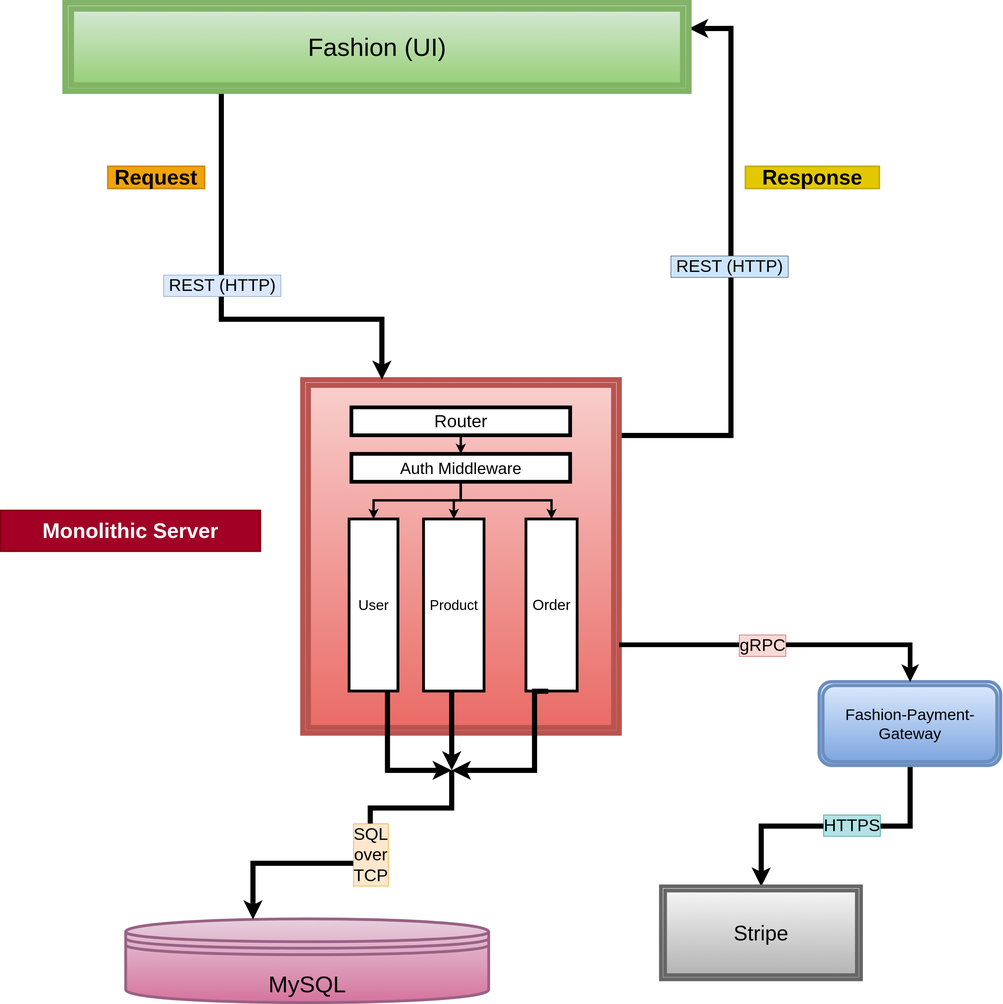
Wahab-Al/Fashion-API keeps this draw.io diagram as docs/Fashion Store-System Architecture V1.0.drawio.svg. Above is the earlier version. Source tidied: cells renumbered, new cells last; positions are measured from the earlier drawing's top-left corner, leaving out a move shared by most shapes.
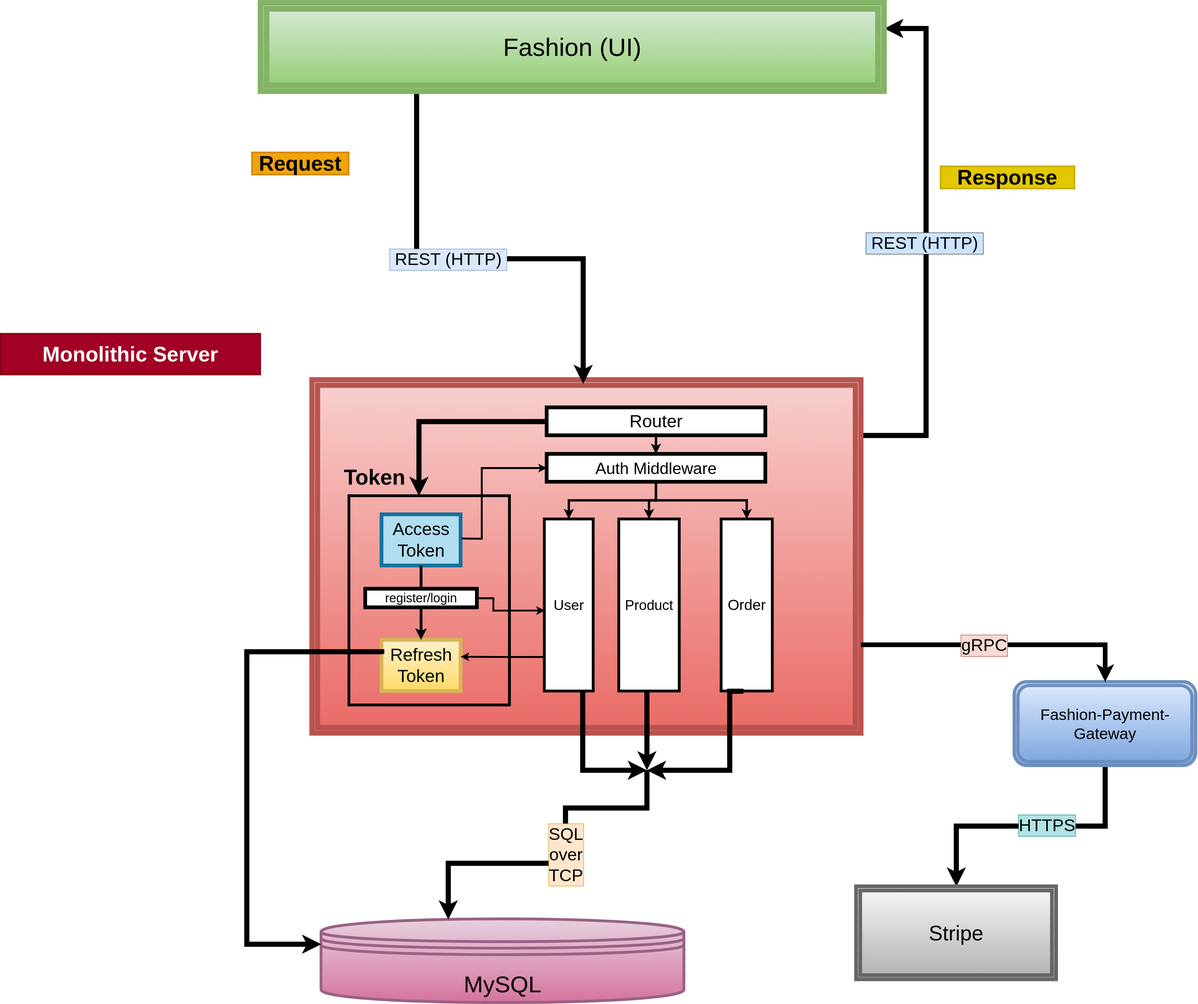
The same diagram one commit later.

Commit message:
docs(architecture): update monolithic server diagram, map lifecycle of access tokens(cookies) and refresh tokens(db storage)

The edit, as a diff of the source:
```diff
@@ -16,13 +16,14 @@
       </mxGeometry>
     </mxCell>
     <mxCell id="4" style="shape=ext;double=1;rounded=0;whiteSpace=wrap;html=1;fillColor=#f8cecc;gradientColor=#ea6b66;strokeColor=#b85450;strokeWidth=11;" parent="1" vertex="1">
-      <mxGeometry x="650" y="810" width="680" height="760" as="geometry" />
+      <mxGeometry x="250" y="810" width="1180" height="760" as="geometry" />
     </mxCell>
-    <mxCell id="5" style="edgeStyle=orthogonalEdgeStyle;rounded=0;jettySize=auto;html=1;exitX=0.25;exitY=1;exitDx=0;exitDy=0;entryX=0.25;entryY=0;entryDx=0;entryDy=0;strokeWidth=11;" parent="1" edge="1" source="7" target="4">
+    <mxCell id="5" style="edgeStyle=orthogonalEdgeStyle;rounded=0;jettySize=auto;html=1;exitX=0.25;exitY=1;exitDx=0;exitDy=0;strokeWidth=11;" parent="1" edge="1" source="7">
       <mxGeometry relative="1" as="geometry">
+        <mxPoint x="833" y="819" as="targetPoint" />
         <Array as="points">
-          <mxPoint x="475" y="680" />
-          <mxPoint x="820" y="680" />
+          <mxPoint x="475" y="550" />
+          <mxPoint x="833" y="550" />
         </Array>
       </mxGeometry>
     </mxCell>
@@ -128,13 +129,67 @@
       </mxGeometry>
     </mxCell>
     <mxCell id="29" value="&lt;b style=&quot;&quot;&gt;&lt;font style=&quot;font-size: 45px;&quot;&gt;Monolithic Server&lt;/font&gt;&lt;/b&gt;" style="shape=ext;double=1;rounded=0;whiteSpace=wrap;html=1;fillColor=#a20025;strokeColor=#6F0000;fontColor=#ffffff;" parent="1" vertex="1">
-      <mxGeometry y="1090" width="560" height="90" as="geometry" />
+      <mxGeometry x="-420" y="710" width="560" height="90" as="geometry" />
     </mxCell>
     <mxCell id="30" value="&lt;b style=&quot;&quot;&gt;&lt;font style=&quot;font-size: 45px;&quot;&gt;Request&lt;/font&gt;&lt;/b&gt;" style="shape=ext;double=1;rounded=0;whiteSpace=wrap;html=1;fillColor=#f0a30a;strokeColor=#BD7000;fontColor=#000000;" parent="1" vertex="1">
-      <mxGeometry x="230" y="350" width="210" height="50" as="geometry" />
+      <mxGeometry x="120" y="320" width="210" height="50" as="geometry" />
     </mxCell>
     <mxCell id="31" value="&lt;b style=&quot;&quot;&gt;&lt;font style=&quot;font-size: 45px;&quot;&gt;Response&lt;/font&gt;&lt;/b&gt;" style="shape=ext;double=1;rounded=0;whiteSpace=wrap;html=1;fillColor=#e3c800;strokeColor=#B09500;fontColor=#000000;" parent="1" vertex="1">
       <mxGeometry x="1600" y="350" width="290" height="50" as="geometry" />
     </mxCell>
+    <mxCell id="32" style="rounded=0;whiteSpace=wrap;html=1;strokeWidth=6;fillColor=none;" parent="1" vertex="1">
+      <mxGeometry x="330" y="1060" width="345" height="450" as="geometry" />
+    </mxCell>
+    <mxCell id="33" value="&lt;font style=&quot;font-size: 38px;&quot;&gt;Access&lt;/font&gt;&lt;div&gt;&lt;font style=&quot;font-size: 38px;&quot;&gt;Token&lt;/font&gt;&lt;/div&gt;" style="rounded=0;whiteSpace=wrap;html=1;strokeWidth=8;fillColor=#b1ddf0;strokeColor=#10739e;" parent="1" vertex="1">
+      <mxGeometry x="400" y="1100" width="170" height="110" as="geometry" />
+    </mxCell>
+    <mxCell id="34" value="&lt;span style=&quot;font-size: 38px;&quot;&gt;Refresh&lt;/span&gt;&lt;div&gt;&lt;span style=&quot;font-size: 38px;&quot;&gt;Token&lt;/span&gt;&lt;/div&gt;" style="rounded=0;whiteSpace=wrap;html=1;strokeWidth=8;fillColor=#fff2cc;gradientColor=#ffd966;strokeColor=#d6b656;" parent="1" vertex="1">
+      <mxGeometry x="400" y="1370" width="170" height="110" as="geometry" />
+    </mxCell>
+    <mxCell id="35" style="edgeStyle=orthogonalEdgeStyle;rounded=0;jettySize=auto;html=1;strokeWidth=11;entryX=0;entryY=0.3;entryDx=0;entryDy=0;" parent="1" edge="1" target="19">
+      <mxGeometry relative="1" as="geometry">
+        <mxPoint x="400" y="1400" as="sourcePoint" />
+        <Array as="points">
+          <mxPoint x="110" y="1395" />
+          <mxPoint x="110" y="2024" />
+        </Array>
+      </mxGeometry>
+    </mxCell>
+    <mxCell id="36" style="edgeStyle=orthogonalEdgeStyle;rounded=0;jettySize=auto;html=1;strokeWidth=6;exitX=0.5;exitY=1;exitDx=0;exitDy=0;entryX=0.5;entryY=0;entryDx=0;entryDy=0;" parent="1" edge="1" source="33" target="34">
+      <mxGeometry relative="1" as="geometry" />
+    </mxCell>
+    <mxCell id="37" value="&lt;font style=&quot;font-size: 27px;&quot;&gt;register/login&lt;/font&gt;" style="rounded=0;whiteSpace=wrap;html=1;strokeWidth=8;" parent="1" vertex="1">
+      <mxGeometry x="365" y="1260" width="240" height="40" as="geometry" />
+    </mxCell>
+    <mxCell id="38" style="edgeStyle=orthogonalEdgeStyle;rounded=0;jettySize=auto;html=1;strokeWidth=4;entryX=0.006;entryY=0.531;entryDx=0;entryDy=0;entryPerimeter=0;exitX=1;exitY=0.5;exitDx=0;exitDy=0;" parent="1" edge="1" source="37" target="15">
+      <mxGeometry relative="1" as="geometry">
+        <Array as="points">
+          <mxPoint x="640" y="1280" />
+          <mxPoint x="640" y="1306" />
+        </Array>
+      </mxGeometry>
+    </mxCell>
+    <mxCell id="39" style="edgeStyle=orthogonalEdgeStyle;rounded=0;jettySize=auto;html=1;entryX=0.997;entryY=0.325;entryDx=0;entryDy=0;strokeWidth=4;exitX=0.005;exitY=0.801;exitDx=0;exitDy=0;exitPerimeter=0;entryPerimeter=0;" parent="1" edge="1" source="15" target="34">
+      <mxGeometry relative="1" as="geometry" />
+    </mxCell>
+    <mxCell id="40" style="edgeStyle=orthogonalEdgeStyle;rounded=0;jettySize=auto;html=1;strokeWidth=4;entryX=0;entryY=0.5;entryDx=0;entryDy=0;exitX=1.01;exitY=0.468;exitDx=0;exitDy=0;exitPerimeter=0;" parent="1" edge="1" source="33" target="13">
+      <mxGeometry relative="1" as="geometry">
+        <Array as="points">
+          <mxPoint x="580" y="1152" />
+          <mxPoint x="615" y="1152" />
+          <mxPoint x="615" y="1000" />
+        </Array>
+      </mxGeometry>
+    </mxCell>
+    <mxCell id="41" style="edgeStyle=orthogonalEdgeStyle;rounded=0;jettySize=auto;html=1;strokeWidth=11;exitX=0;exitY=0.5;exitDx=0;exitDy=0;" parent="1" edge="1" source="9" target="32">
+      <mxGeometry relative="1" as="geometry">
+        <Array as="points">
+          <mxPoint x="480" y="900" />
+        </Array>
+      </mxGeometry>
+    </mxCell>
+    <mxCell id="42" value="&lt;font style=&quot;color: light-dark(rgb(0, 0, 0), rgb(0, 0, 0)); font-size: 46px;&quot;&gt;&lt;b style=&quot;&quot;&gt;Token&lt;/b&gt;&lt;/font&gt;" style="text;html=1;whiteSpace=wrap;strokeColor=none;fillColor=none;align=center;verticalAlign=middle;rounded=0;fontColor=light-dark(#000000,#33FFFF);fontSize=21;" parent="1" vertex="1">
+      <mxGeometry x="300" y="980" width="170" height="80" as="geometry" />
+    </mxCell>
   </root>
 </mxGraphModel>
```
